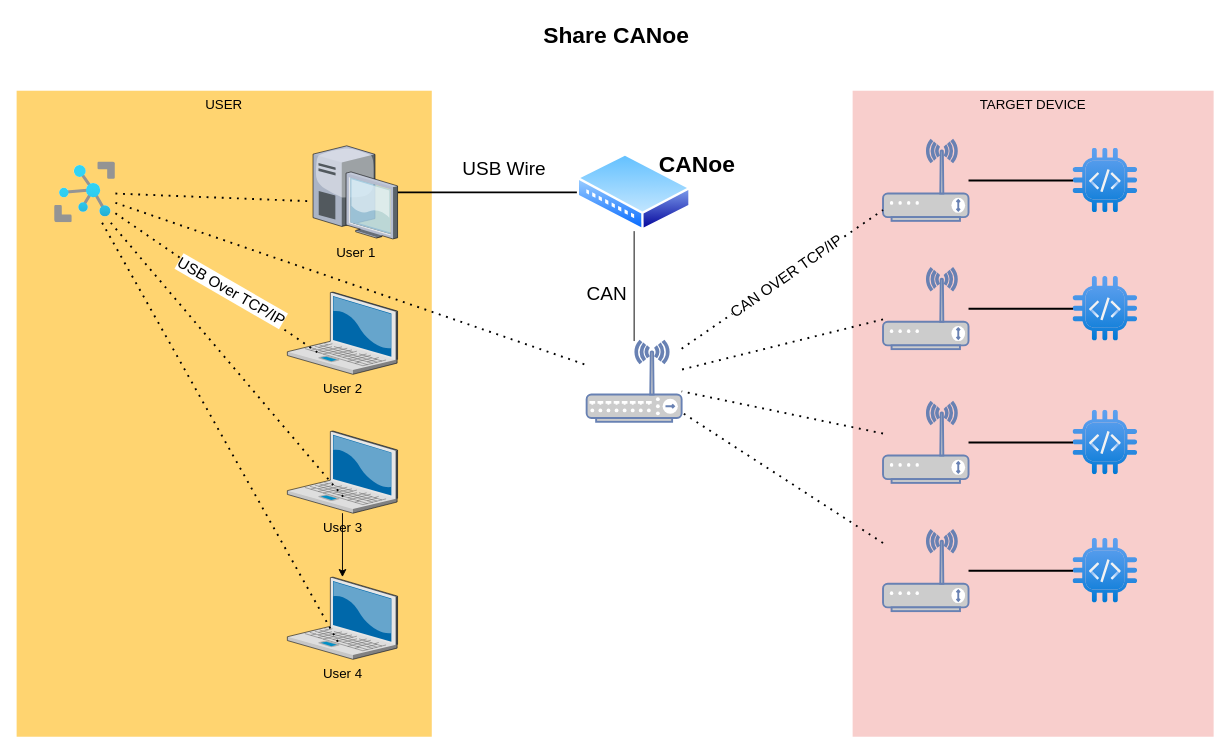
NamNamIoT/ESP32_CANOPUS keeps this draw.io diagram as Biểu đồ không có tiêu đề.drawio. Above is the earlier version. Source tidied: cells renumbered, new cells numbered last; positions are measured from the earlier drawing's top-left corner, leaving out a move shared by most shapes. Both pictures are drawn from the tidied source at 95%, with x=0, y=0 at pixel (16, 16).
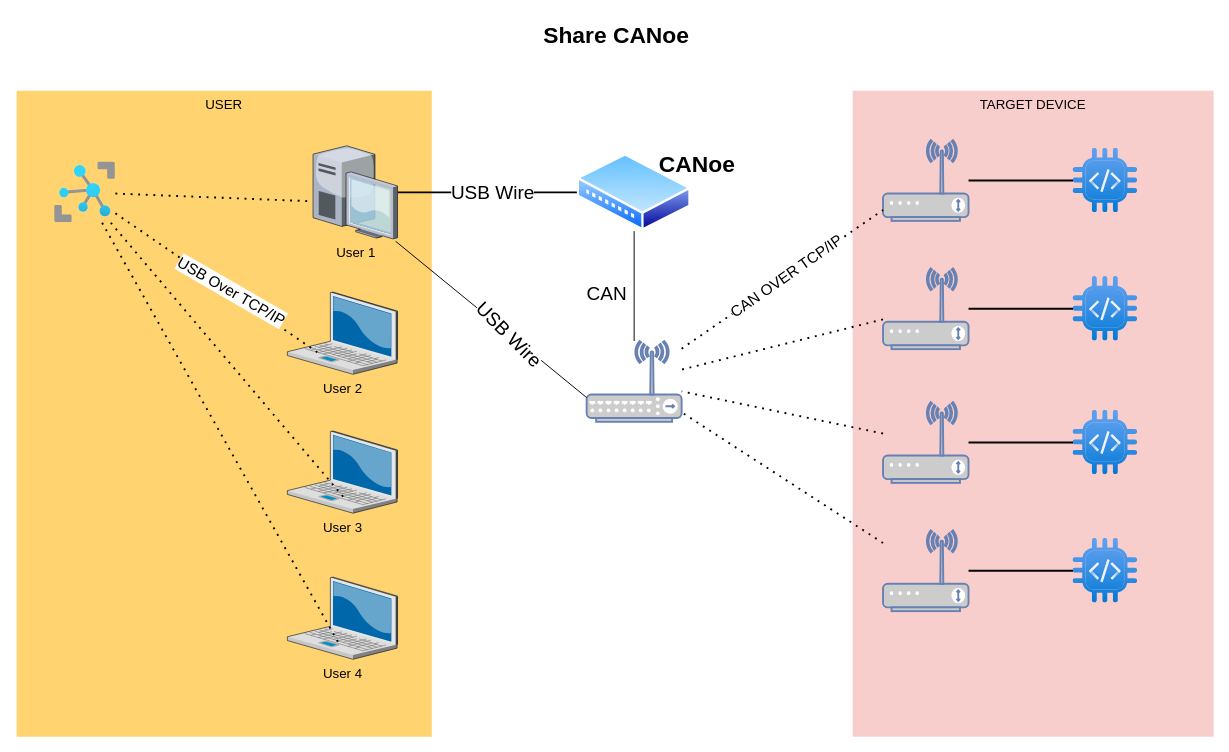
After the change.

Commit message:
Cập nhật Biểu đồ không có tiêu đề.drawio

Unchanged cells that the change refers to:
```xml
<mxCell id="4" value="User 4" style="verticalLabelPosition=bottom;html=1;verticalAlign=top;strokeColor=none;shape=mxgraph.citrix.laptop_2;fillColor=#66B2FF;gradientColor=#0066CC;fontSize=14;" parent="1" vertex="1">
  <mxGeometry x="285" y="590" width="116" height="86.5" as="geometry" />
</mxCell>
<mxCell id="5" style="edgeStyle=none;rounded=0;html=1;startSize=10;endSize=10;jettySize=auto;fontSize=14;endArrow=none;endFill=0;strokeWidth=2;" parent="1" edge="1" source="7" target="36">
  <mxGeometry relative="1" as="geometry" />
</mxCell>
<mxCell id="7" value="User 1" style="verticalLabelPosition=bottom;html=1;verticalAlign=top;strokeColor=none;shape=mxgraph.citrix.desktop;fillColor=#66B2FF;gradientColor=#0066CC;fontSize=14;" parent="1" vertex="1">
  <mxGeometry x="312" y="136" width="89" height="98" as="geometry" />
</mxCell>
<mxCell id="10" value="User 3" style="verticalLabelPosition=bottom;html=1;verticalAlign=top;strokeColor=none;shape=mxgraph.citrix.laptop_2;fillColor=#66B2FF;gradientColor=#0066CC;fontSize=14;" parent="1" vertex="1">
  <mxGeometry x="285" y="436.2" width="116" height="86.5" as="geometry" />
</mxCell>
<mxCell id="12" style="fontColor=#0066CC;verticalAlign=top;verticalLabelPosition=bottom;labelPosition=center;align=center;html=1;outlineConnect=0;fillColor=#CCCCCC;strokeColor=#6881B3;gradientColor=none;gradientDirection=north;strokeWidth=2;shape=mxgraph.networks.wireless_hub;" parent="1" vertex="1">
  <mxGeometry x="600" y="341.5" width="100" height="85" as="geometry" />
</mxCell>
<mxCell id="19" style="image;html=1;points=[];align=center;fontSize=12;image=img/lib/azure2/iot/IoT_Hub.svg;" parent="1" vertex="1">
  <mxGeometry x="40" y="153" width="64" height="64" as="geometry" />
</mxCell>
```

Diff of the diagram source:
```diff
@@
     <mxCell id="6" value="&lt;font style=&quot;font-size: 20px;&quot;&gt;USB Wire&lt;/font&gt;" style="edgeLabel;html=1;align=center;verticalAlign=middle;rotation=0;" parent="5" vertex="1">
       <mxGeometry x="-0.19" y="-6" relative="1" as="geometry">
-        <mxPoint x="34" y="-33" as="offset" />
+        <mxPoint x="22" y="-8" as="offset" />
       </mxGeometry>
     </mxCell>
@@
-    <mxCell id="9" style="edgeStyle=orthogonalEdgeStyle;rounded=0;jettySize=auto;html=1;" parent="1" edge="1" source="10" target="4">
-      <mxGeometry relative="1" as="geometry" />
-    </mxCell>
@@
-    <mxCell id="40" style="endArrow=none;dashed=1;html=1;dashPattern=1 3;strokeWidth=2;rounded=0;" parent="1" edge="1" source="19" target="12">
-      <mxGeometry relative="1" as="geometry" />
-    </mxCell>
+    <mxCell id="41" style="endArrow=none;html=1;rounded=0;exitX=0.978;exitY=1.026;exitDx=0;exitDy=0;exitPerimeter=0;entryX=0;entryY=0.7;entryDx=0;entryDy=0;entryPerimeter=0;" parent="1" edge="1" source="7" target="12">
+      <mxGeometry relative="1" as="geometry" />
+    </mxCell>
+    <mxCell id="42" value="&lt;font style=&quot;font-size: 20px;&quot;&gt;USB Wire&lt;/font&gt;" style="edgeLabel;html=1;align=center;verticalAlign=middle;rotation=45;" parent="41" vertex="1">
+      <mxGeometry x="0.27" y="-4" relative="1" as="geometry">
+        <mxPoint x="-5" y="-11" as="offset" />
+      </mxGeometry>
+    </mxCell>
```
